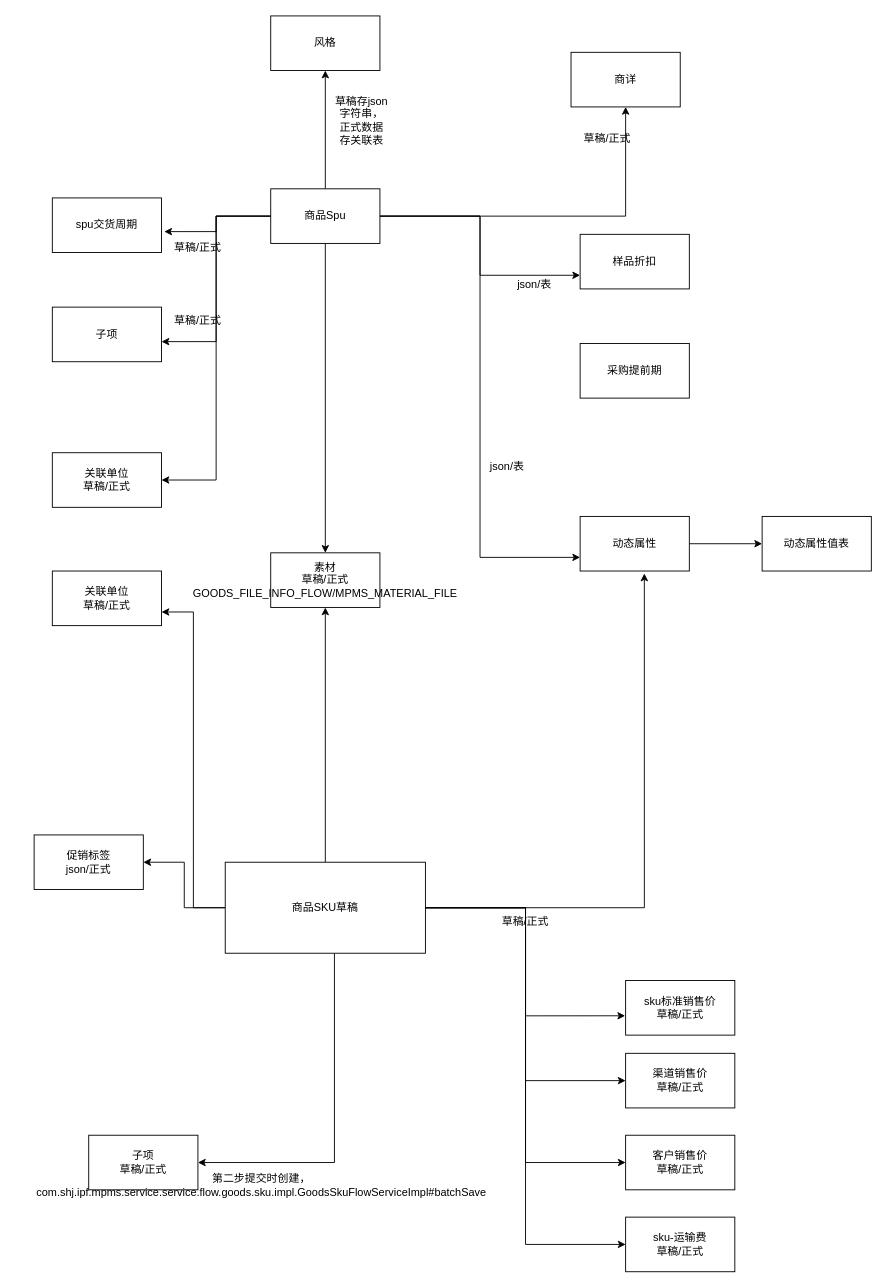
Before: 商品打包逻辑梳理草稿.drawio in 1846872430/shj_chart, a draw.io diagram. Source tidied: cells renumbered, new cells numbered last; positions are measured from the earlier drawing's top-left corner, leaving out a move shared by most shapes. Both pictures are drawn from the tidied source at 91%, with x=0, y=0 at pixel (34, 15).
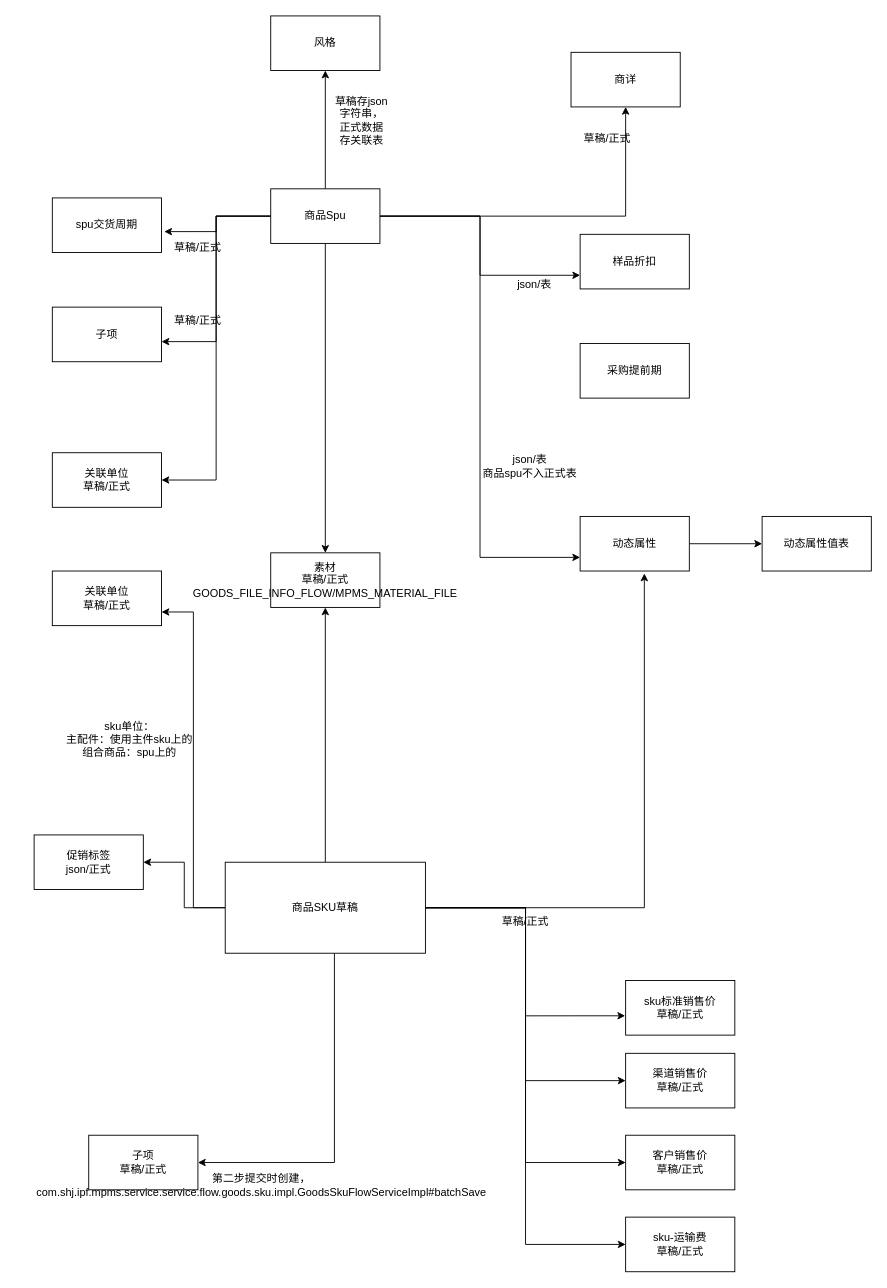
After the change.

Commit message:
更新商品打包逻辑梳理草稿.drawio

What changed in the source:
```diff
@@
-    <mxCell id="31" value="json/表" style="text;html=1;whiteSpace=wrap;strokeColor=none;fillColor=none;align=center;verticalAlign=middle;rounded=0;" parent="1" vertex="1">
-      <mxGeometry x="490" y="480" width="60" height="30" as="geometry" />
+    <mxCell id="31" value="json/表&lt;br&gt;商品spu不入正式表" style="text;html=1;whiteSpace=wrap;strokeColor=none;fillColor=none;align=center;verticalAlign=middle;rounded=0;" parent="1" vertex="1">
+      <mxGeometry x="470" y="480" width="150" height="30" as="geometry" />
     </mxCell>
@@
+    <mxCell id="47" value="sku单位：&lt;div&gt;主配件：使用主件sku上的&lt;br&gt;组合商品：spu上的&lt;/div&gt;" style="text;html=1;whiteSpace=wrap;strokeColor=none;fillColor=none;align=center;verticalAlign=middle;rounded=0;" parent="1" vertex="1">
+      <mxGeometry x="-20" y="780" width="250" height="30" as="geometry" />
+    </mxCell>
```
